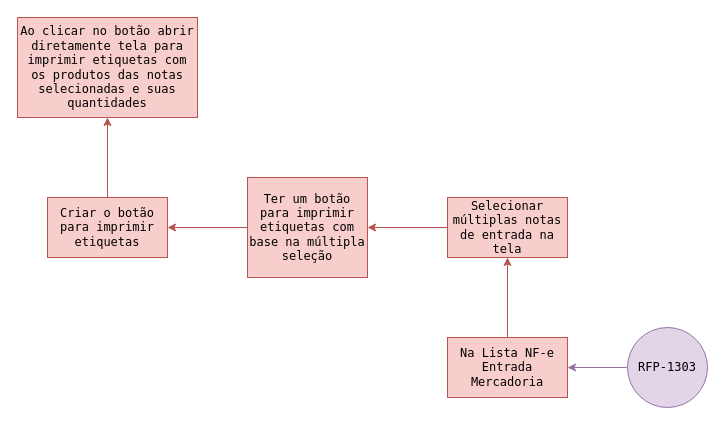
This is work/rca/RFP-1303-MindMap.drawio from JoaoDiasDev/mind-maps, a draw.io file, before an edit. Source tidied: cells renumbered, new cells numbered last; positions are measured from the earlier drawing's top-left corner, leaving out a move shared by most shapes. Both pictures are drawn from the tidied source at 100%, with x=0, y=0 at pixel (17, 17).
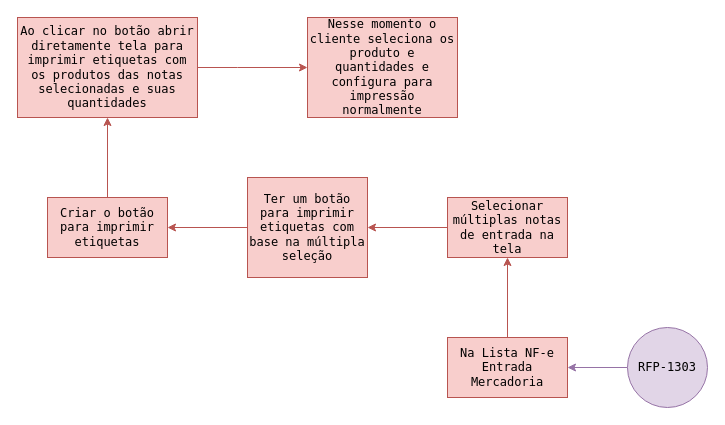
The same page after the edit.

Diff of the diagram source:
```diff
@@
 <mxGraphModel>
   <root>
     <mxCell id="0" />
     <mxCell id="1" parent="0" />
     <mxCell id="2" style="edgeStyle=orthogonalEdgeStyle;rounded=0;jettySize=auto;html=1;fontSize=12;fontFamily=Lucida Console;fillColor=#e1d5e7;strokeColor=#9673a6;" parent="1" edge="1" source="3" target="5">
       <mxGeometry relative="1" as="geometry" />
     </mxCell>
     <mxCell id="3" value="RFP-1303" style="ellipse;whiteSpace=wrap;html=1;fontFamily=Lucida Console;fillColor=#e1d5e7;strokeColor=#9673a6;" parent="1" vertex="1">
       <mxGeometry x="610" y="310" width="80" height="80" as="geometry" />
     </mxCell>
     <mxCell id="4" style="edgeStyle=orthogonalEdgeStyle;rounded=0;jettySize=auto;html=1;fillColor=#f8cecc;strokeColor=#b85450;" parent="1" edge="1" source="5" target="7">
       <mxGeometry relative="1" as="geometry" />
     </mxCell>
     <mxCell id="5" value="Na Lista NF-e Entrada Mercadoria" style="whiteSpace=wrap;html=1;fontFamily=Lucida Console;fillColor=#f8cecc;strokeColor=#b85450;" parent="1" vertex="1">
       <mxGeometry x="430" y="320" width="120" height="60" as="geometry" />
     </mxCell>
     <mxCell id="6" style="edgeStyle=orthogonalEdgeStyle;rounded=0;jettySize=auto;html=1;fillColor=#f8cecc;strokeColor=#b85450;" parent="1" edge="1" source="7" target="9">
       <mxGeometry relative="1" as="geometry" />
     </mxCell>
     <mxCell id="7" value="Selecionar múltiplas notas de entrada na tela" style="whiteSpace=wrap;html=1;fontFamily=Lucida Console;fillColor=#f8cecc;strokeColor=#b85450;" parent="1" vertex="1">
       <mxGeometry x="430" y="180" width="120" height="60" as="geometry" />
     </mxCell>
     <mxCell id="8" style="edgeStyle=orthogonalEdgeStyle;rounded=0;jettySize=auto;html=1;fillColor=#f8cecc;strokeColor=#b85450;" parent="1" edge="1" source="9" target="11">
       <mxGeometry relative="1" as="geometry" />
     </mxCell>
     <mxCell id="9" value="Ter um botão para imprimir etiquetas com base na múltipla seleção" style="whiteSpace=wrap;html=1;fontFamily=Lucida Console;fillColor=#f8cecc;strokeColor=#b85450;" parent="1" vertex="1">
       <mxGeometry x="230" y="160" width="120" height="100" as="geometry" />
     </mxCell>
     <mxCell id="10" style="edgeStyle=orthogonalEdgeStyle;rounded=0;jettySize=auto;html=1;fillColor=#f8cecc;strokeColor=#b85450;" parent="1" edge="1" source="11" target="12">
       <mxGeometry relative="1" as="geometry" />
     </mxCell>
     <mxCell id="11" value="Criar o botão para imprimir etiquetas" style="whiteSpace=wrap;html=1;fillColor=#f8cecc;strokeColor=#b85450;fontFamily=Lucida Console;" parent="1" vertex="1">
       <mxGeometry x="30" y="180" width="120" height="60" as="geometry" />
     </mxCell>
+    <mxCell id="13" style="edgeStyle=orthogonalEdgeStyle;rounded=0;jettySize=auto;html=1;fillColor=#f8cecc;strokeColor=#b85450;" parent="1" edge="1" source="12" target="14">
+      <mxGeometry relative="1" as="geometry">
+        <Array as="points">
+          <mxPoint x="220" y="50" />
+          <mxPoint x="220" y="50" />
+        </Array>
+      </mxGeometry>
+    </mxCell>
     <mxCell id="12" value="Ao clicar no botão abrir diretamente tela para imprimir etiquetas com os produtos das notas selecionadas e suas quantidades" style="whiteSpace=wrap;html=1;labelBackgroundColor=none;labelBorderColor=none;fontFamily=Lucida Console;fillColor=#f8cecc;strokeColor=#b85450;" parent="1" vertex="1">
       <mxGeometry width="180" height="100" as="geometry" />
     </mxCell>
+    <mxCell id="14" value="Nesse momento o cliente seleciona os produto e quantidades e configura para impressão normalmente" style="whiteSpace=wrap;html=1;fontFamily=Lucida Console;fillColor=#f8cecc;strokeColor=#b85450;labelBackgroundColor=none;labelBorderColor=none;" parent="1" vertex="1">
+      <mxGeometry x="290" width="150" height="100" as="geometry" />
+    </mxCell>
   </root>
 </mxGraphModel>
```
